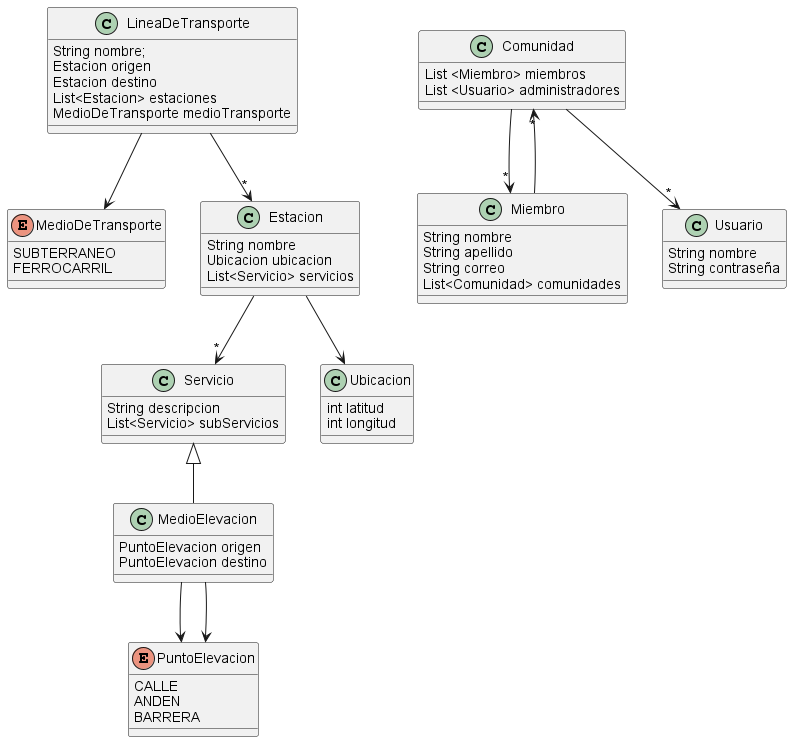
LucasBarr99/DDS-K3002-Grupo7-TPANUAL keeps this PlantUML diagram as src/diagramaDeClases.png. Above is the earlier version.
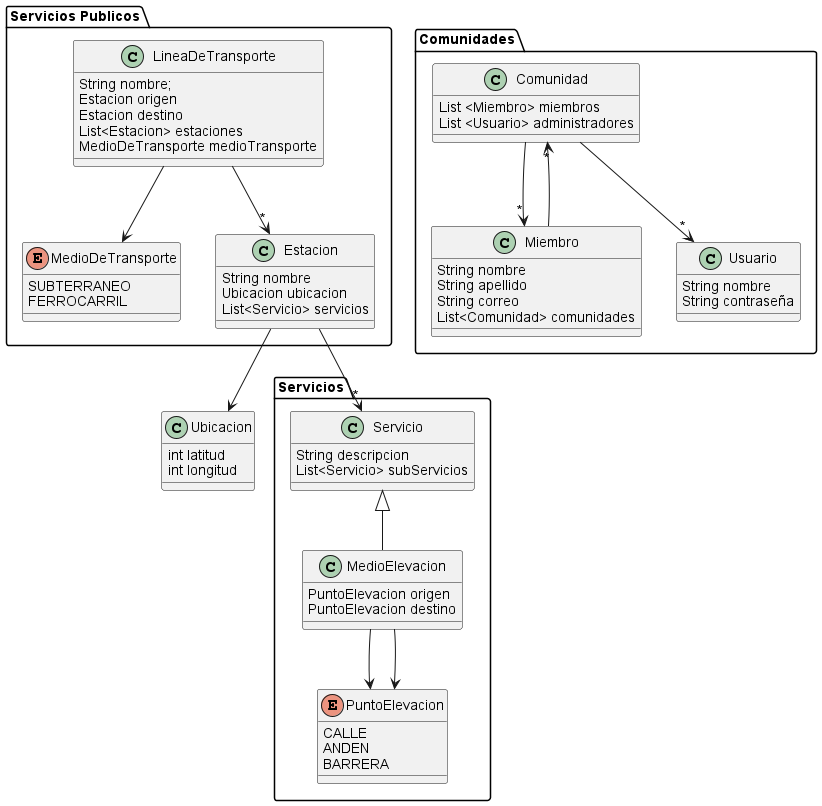
Above is the later version.

Commit message:
imagen diagrama de clases

Change to the diagram source:
```diff
@@ -1,5 +1,12 @@
 @startuml
 
+
+class Ubicacion{
+    int latitud
+    int longitud
+}
+
+package "Servicios Publicos"{
 class LineaDeTransporte{
     String nombre;
     Estacion origen
@@ -12,6 +19,16 @@
     FERROCARRIL
 }
 
+
+
+class Estacion{
+    String nombre
+    Ubicacion ubicacion
+    List<Servicio> servicios
+}
+}
+
+package "Servicios"{
 class Servicio{
     String descripcion
     List<Servicio> subServicios
@@ -27,18 +44,9 @@
     ANDEN
     BARRERA
 }
-
-class Estacion{
-    String nombre
-    Ubicacion ubicacion
-    List<Servicio> servicios
 }
 
-class Ubicacion{
-    int latitud
-    int longitud
-}
-
+package "Comunidades"{
 class Comunidad{
     List <Miembro> miembros
     List <Usuario> administradores
@@ -55,6 +63,7 @@
      String contraseña
 
 }
+}
 
 LineaDeTransporte -->"*" Estacion
 LineaDeTransporte --> MedioDeTransporte
```
